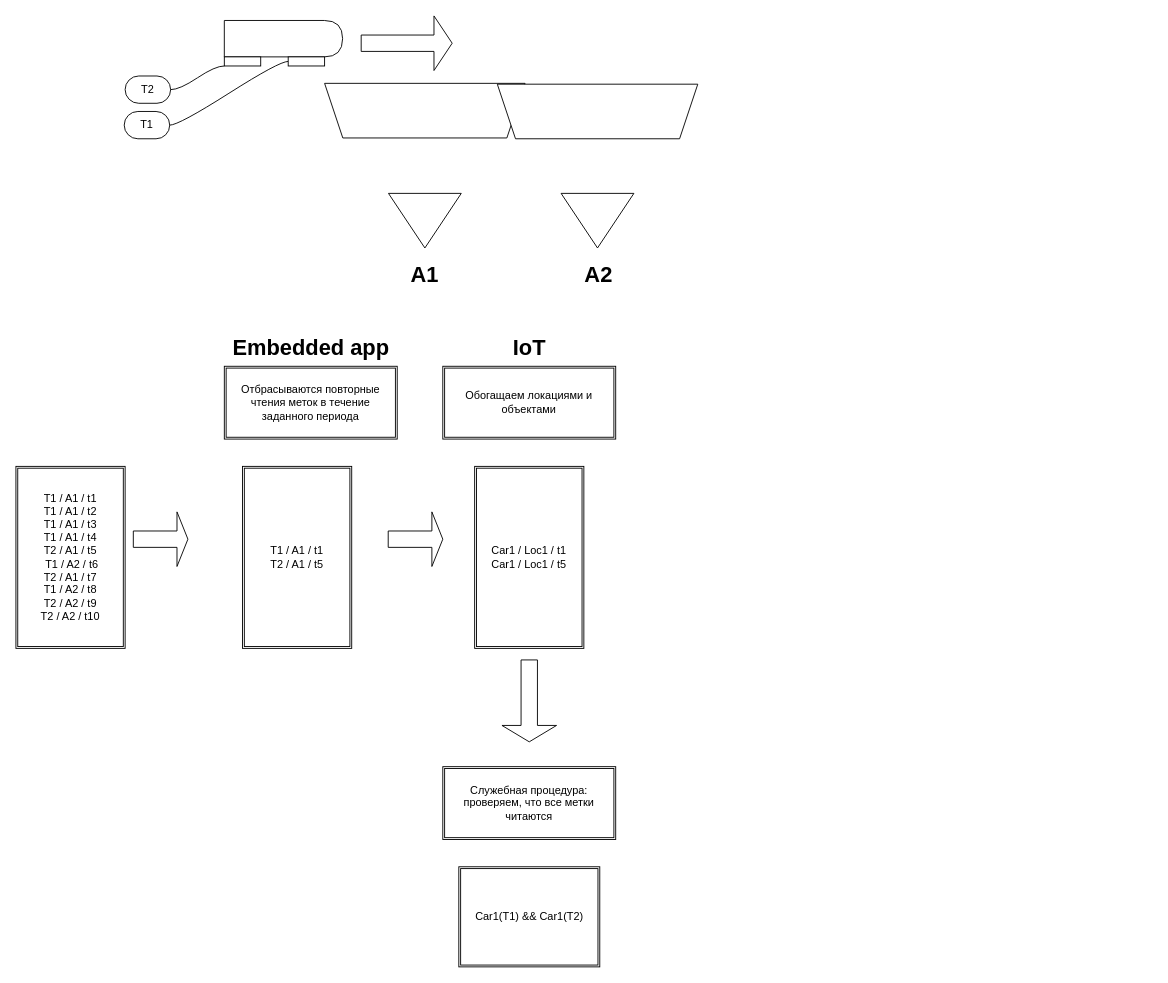
This is Принципиальная схема чтения вагонов.АГМК.drawio from tvolodi/abitech, a draw.io file, before an edit. Source tidied: cells renumbered, new cells numbered last; positions are measured from the earlier drawing's top-left corner, leaving out a move shared by most shapes. Both pictures are drawn from the tidied source at 91%, with x=0, y=0 at pixel (15, 15).
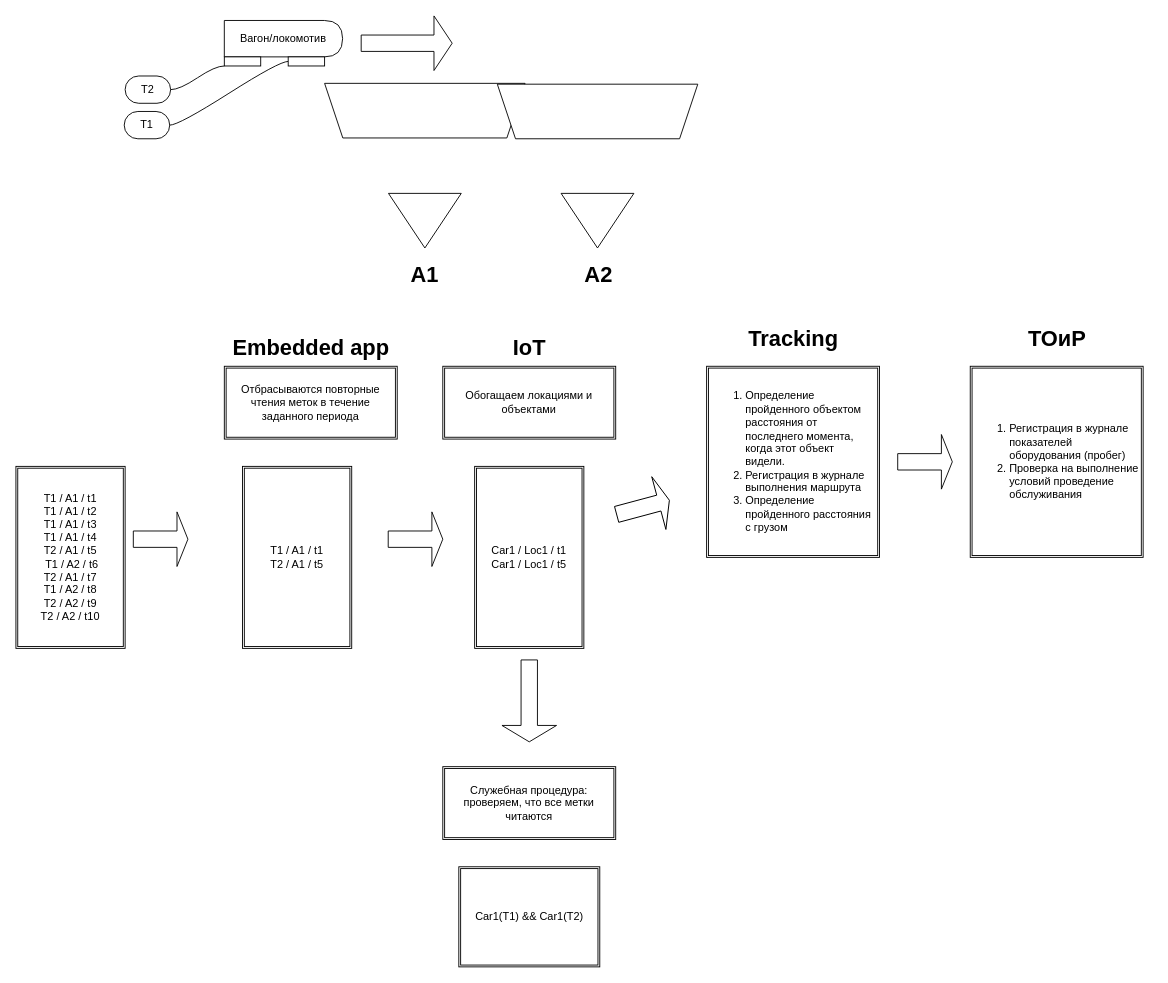
The same diagram, later.

The change refers to these unchanged cells:
```xml
<mxCell id="10" style="group;" parent="1" vertex="1">
  <mxGeometry x="229" y="5" width="130" height="50" as="geometry" />
</mxCell>
```

Diff of the diagram source:
```diff
@@
-    <mxCell id="11" style="shape=delay;whiteSpace=wrap;html=1;" parent="10" vertex="1">
+    <mxCell id="11" value="Вагон/локомотив" style="shape=delay;whiteSpace=wrap;html=1;" parent="10" vertex="1">
       <mxGeometry width="130" height="40" as="geometry" />
     </mxCell>
@@
+    <mxCell id="29" value="&lt;div style=&quot;text-align: left;&quot;&gt;&lt;ol&gt;&lt;li&gt;Определение пройденного объектом расстояния от последнего момента, когда этот объект видели.&lt;/li&gt;&lt;li&gt;Регистрация в журнале выполнения маршрута&lt;/li&gt;&lt;li&gt;Определение пройденного расстояния с грузом&lt;/li&gt;&lt;/ol&gt;&lt;/div&gt;" style="shape=ext;double=1;rounded=0;whiteSpace=wrap;html=1;" parent="1" vertex="1">
+      <mxGeometry x="759" y="385" width="190" height="210" as="geometry" />
+    </mxCell>
+    <mxCell id="30" value="Tracking" style="text;strokeColor=none;fillColor=none;html=1;fontSize=24;fontStyle=1;verticalAlign=middle;align=center;" parent="1" vertex="1">
+      <mxGeometry x="749.3" y="335" width="210" height="40" as="geometry" />
+    </mxCell>
+    <mxCell id="31" style="shape=singleArrow;whiteSpace=wrap;html=1;rotation=-15;" parent="1" vertex="1">
+      <mxGeometry x="659.1" y="510" width="60" height="60" as="geometry" />
+    </mxCell>
+    <mxCell id="32" value="&lt;div style=&quot;text-align: left;&quot;&gt;&lt;ol&gt;&lt;li&gt;Регистрация в журнале показателей оборудования (пробег)&lt;/li&gt;&lt;li&gt;Проверка на выполнение условий проведение обслуживания&amp;nbsp;&lt;/li&gt;&lt;/ol&gt;&lt;/div&gt;" style="shape=ext;double=1;rounded=0;whiteSpace=wrap;html=1;" parent="1" vertex="1">
+      <mxGeometry x="1048.7" y="385" width="190" height="210" as="geometry" />
+    </mxCell>
+    <mxCell id="33" value="ТОиР" style="text;strokeColor=none;fillColor=none;html=1;fontSize=24;fontStyle=1;verticalAlign=middle;align=center;" parent="1" vertex="1">
+      <mxGeometry x="1039" y="335" width="210" height="40" as="geometry" />
+    </mxCell>
+    <mxCell id="34" style="shape=singleArrow;whiteSpace=wrap;html=1;" parent="1" vertex="1">
+      <mxGeometry x="969" y="460" width="60" height="60" as="geometry" />
+    </mxCell>
```
